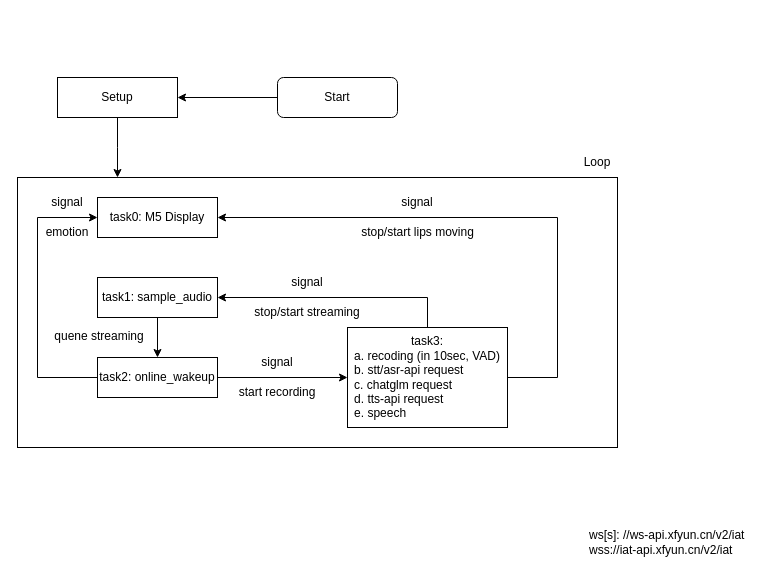
lidonglei1/M5Core2-ChatGLM2 keeps this draw.io diagram as resource/framework.drawio. Above is the earlier version. Source tidied: cells renumbered, new cells numbered last; positions are measured from the earlier drawing's top-left corner, leaving out a move shared by most shapes. Both pictures are drawn from the tidied source at 100%, with x=0, y=0 at pixel (17, 77).
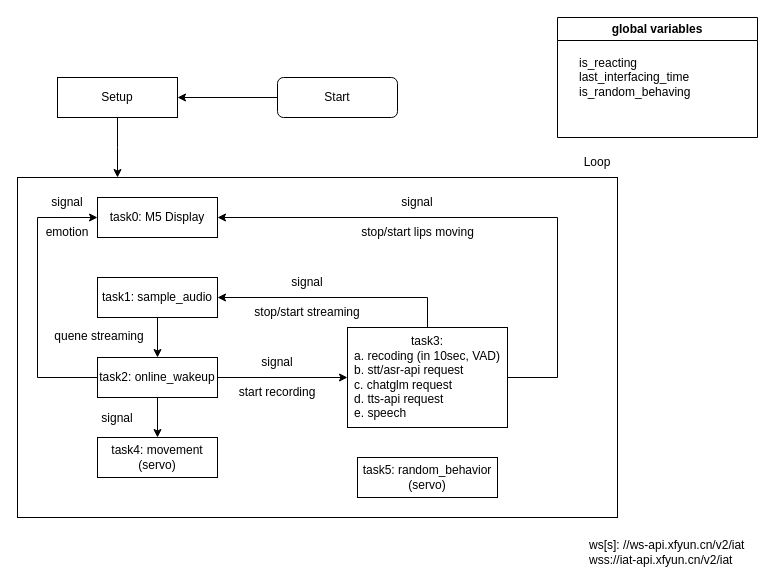
Above is the later version.

Change to the diagram source:
```diff
@@
     <mxCell id="2" style="rounded=0;whiteSpace=wrap;html=1;" parent="1" vertex="1">
-      <mxGeometry y="100" width="600" height="270" as="geometry" />
+      <mxGeometry y="100" width="600" height="340" as="geometry" />
     </mxCell>
@@
     <mxCell id="8" value="&lt;div style=&quot;&quot;&gt;&lt;span style=&quot;background-color: initial;&quot;&gt;ws[s]: //ws-api.xfyun.cn/v2/iat&lt;/span&gt;&lt;/div&gt;&lt;div style=&quot;&quot;&gt;&lt;span style=&quot;background-color: initial;&quot;&gt;wss://iat-api.xfyun.cn/v2/iat&lt;/span&gt;&lt;/div&gt;" style="text;strokeColor=none;align=left;fillColor=none;html=1;verticalAlign=middle;whiteSpace=wrap;rounded=0;" parent="1" vertex="1">
-      <mxGeometry x="570" y="450" width="170" height="30" as="geometry" />
+      <mxGeometry x="570" y="460" width="170" height="30" as="geometry" />
     </mxCell>
@@
+    <mxCell id="27" value="task5: random_behavior&lt;br&gt;(servo)" style="rounded=0;whiteSpace=wrap;html=1;" parent="1" vertex="1">
+      <mxGeometry x="340" y="380" width="140" height="40" as="geometry" />
+    </mxCell>
+    <mxCell id="28" value="global variables" style="swimlane;whiteSpace=wrap;html=1;" parent="1" vertex="1">
+      <mxGeometry x="540" y="-60" width="200" height="120" as="geometry" />
+    </mxCell>
+    <mxCell id="29" value="is_reacting&lt;br&gt;last_interfacing_time&lt;br&gt;is_random_behaving" style="text;html=1;align=left;verticalAlign=middle;strokeColor=none;fillColor=none;" parent="28" vertex="1">
+      <mxGeometry x="20" y="30" width="130" height="60" as="geometry" />
+    </mxCell>
+    <mxCell id="30" value="task4: movement&lt;br&gt;(servo)" style="rounded=0;whiteSpace=wrap;html=1;" parent="1" vertex="1">
+      <mxGeometry x="80" y="360" width="120" height="40" as="geometry" />
+    </mxCell>
+    <mxCell id="31" style="endArrow=classic;html=1;rounded=0;entryX=0.5;entryY=0;entryDx=0;entryDy=0;" parent="1" edge="1" target="30">
+      <mxGeometry relative="1" as="geometry">
+        <mxPoint x="140" y="320" as="sourcePoint" />
+      </mxGeometry>
+    </mxCell>
+    <mxCell id="32" value="signal" style="text;strokeColor=none;align=center;fillColor=none;html=1;verticalAlign=middle;whiteSpace=wrap;rounded=0;" parent="1" vertex="1">
+      <mxGeometry x="70" y="326" width="60" height="30" as="geometry" />
+    </mxCell>
```
